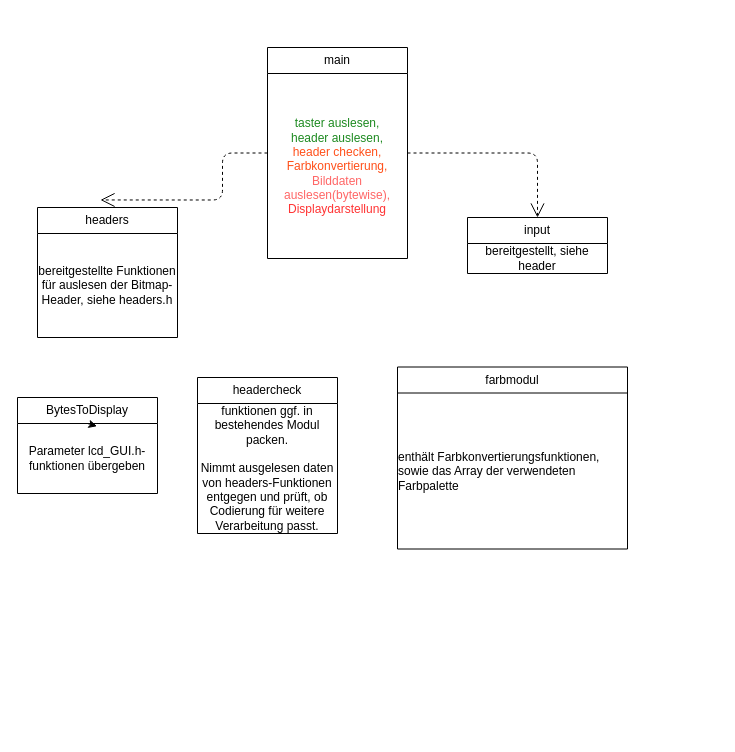
Before: Programs/BitmapDisplay/Modulkonzept.drawio in eljollo/ITS-BRD-VSC, a draw.io diagram. Source tidied: cells renumbered, new cells numbered last; positions are measured from the earlier drawing's top-left corner, leaving out a move shared by most shapes. Both pictures are drawn from the tidied source at 100%, with x=0, y=0 at pixel (17, 47).
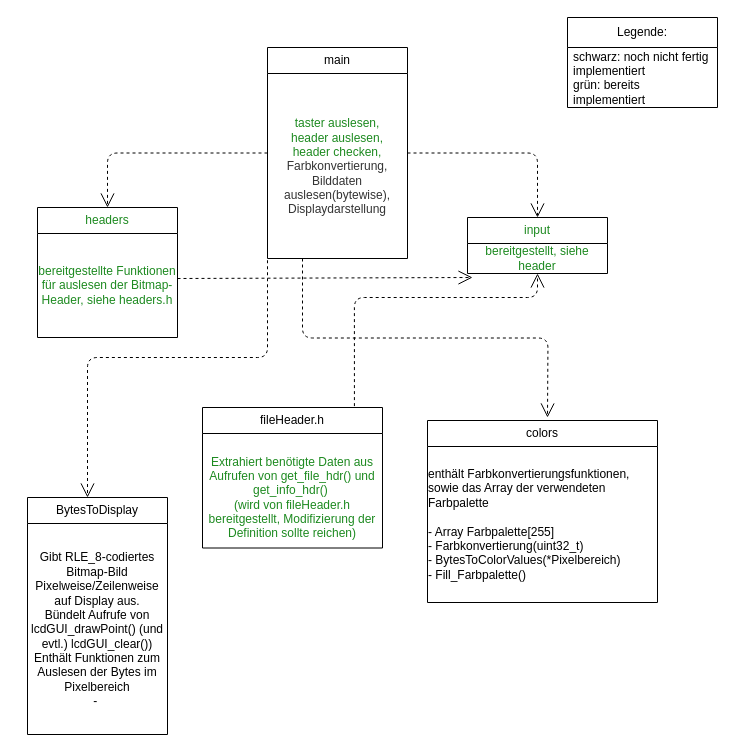
The same page after the edit.

Commit message (it also covers changes not shown here):
added module colors

Unchanged cells that the change refers to:
```xml
<mxCell id="2" value="main" style="swimlane;fontStyle=0;horizontal=1;startSize=26;fillColor=none;whiteSpace=wrap;html=1;" parent="1" vertex="1">
  <mxGeometry x="250" width="140" height="211" as="geometry" />
</mxCell>
```

The edit, as a diff of the source:
```diff
@@
-    <mxCell id="3" value="&lt;span style=&quot;color: rgb(29, 138, 32);&quot;&gt;taster auslesen,&lt;/span&gt;&lt;div&gt;&lt;span style=&quot;color: rgb(29, 138, 32);&quot;&gt;header auslesen,&lt;/span&gt;&lt;/div&gt;&lt;div&gt;&lt;span style=&quot;color: rgb(255, 79, 25);&quot;&gt;header checken,&lt;br&gt;Farbkonvertierung,&lt;/span&gt;&lt;/div&gt;&lt;div&gt;&lt;span style=&quot;color: rgb(255, 102, 102);&quot;&gt;Bilddaten auslesen(bytewise),&lt;/span&gt;&lt;/div&gt;&lt;div&gt;&lt;span style=&quot;color: rgb(255, 51, 51);&quot;&gt;Displaydarstellung&lt;/span&gt;&lt;/div&gt;" style="text;html=1;whiteSpace=wrap;strokeColor=none;fillColor=none;align=center;verticalAlign=middle;rounded=0;" parent="2" vertex="1">
+    <mxCell id="3" value="&lt;span style=&quot;color: rgb(29, 138, 32);&quot;&gt;taster auslesen,&lt;/span&gt;&lt;div&gt;&lt;span style=&quot;color: rgb(29, 138, 32);&quot;&gt;header auslesen,&lt;/span&gt;&lt;/div&gt;&lt;div&gt;&lt;span&gt;&lt;span style=&quot;color: rgb(29, 138, 32);&quot;&gt;header checken,&lt;/span&gt;&lt;br&gt;&lt;span style=&quot;color: light-dark(rgb(51, 51, 51), rgb(255, 112, 65));&quot;&gt;Farbkonvertierung,&lt;/span&gt;&lt;/span&gt;&lt;/div&gt;&lt;div&gt;&lt;span style=&quot;color: light-dark(rgb(51, 51, 51), rgb(255, 112, 65));&quot;&gt;Bilddaten auslesen(bytewise),&lt;/span&gt;&lt;/div&gt;&lt;div&gt;&lt;span style=&quot;color: light-dark(rgb(51, 51, 51), rgb(255, 112, 65));&quot;&gt;Displaydarstellung&lt;/span&gt;&lt;/div&gt;" style="text;html=1;whiteSpace=wrap;strokeColor=none;fillColor=none;align=center;verticalAlign=middle;rounded=0;" parent="2" vertex="1">
       <mxGeometry y="26" width="140" height="185" as="geometry" />
     </mxCell>
-    <mxCell id="4" value="input" style="swimlane;fontStyle=0;horizontal=1;startSize=26;fillColor=none;whiteSpace=wrap;html=1;" parent="1" vertex="1">
+    <mxCell id="4" value="input" style="swimlane;fontStyle=0;horizontal=1;startSize=26;fillColor=none;whiteSpace=wrap;html=1;fontColor=#1D8A20;" parent="1" vertex="1">
       <mxGeometry x="450" y="170" width="140" height="56" as="geometry" />
     </mxCell>
-    <mxCell id="5" value="bereitgestellt, siehe header" style="text;html=1;whiteSpace=wrap;strokeColor=none;fillColor=none;align=center;verticalAlign=middle;rounded=0;" parent="4" vertex="1">
+    <mxCell id="5" value="bereitgestellt, siehe header" style="text;html=1;whiteSpace=wrap;strokeColor=none;fillColor=none;align=center;verticalAlign=middle;rounded=0;fontColor=#1D8A20;" parent="4" vertex="1">
       <mxGeometry y="26" width="140" height="30" as="geometry" />
     </mxCell>
-    <mxCell id="6" value="headers" style="swimlane;fontStyle=0;horizontal=1;startSize=26;fillColor=none;whiteSpace=wrap;html=1;" parent="1" vertex="1">
+    <mxCell id="6" value="headers" style="swimlane;fontStyle=0;horizontal=1;startSize=26;fillColor=none;whiteSpace=wrap;html=1;fontColor=#1D8A20;" parent="1" vertex="1">
       <mxGeometry x="20" y="160" width="140" height="130" as="geometry" />
     </mxCell>
-    <mxCell id="7" value="bereitgestellte Funktionen für auslesen der Bitmap-Header, siehe headers.h" style="text;html=1;whiteSpace=wrap;strokeColor=none;fillColor=none;align=center;verticalAlign=middle;rounded=0;" parent="6" vertex="1">
+    <mxCell id="7" value="bereitgestellte Funktionen für auslesen der Bitmap-Header, siehe headers.h" style="text;html=1;whiteSpace=wrap;strokeColor=none;fillColor=none;align=center;verticalAlign=middle;rounded=0;fontColor=#1D8A20;" parent="6" vertex="1">
       <mxGeometry y="26" width="140" height="104" as="geometry" />
     </mxCell>
@@
-    <mxCell id="9" style="endArrow=open;endSize=12;dashed=1;html=1;edgeStyle=orthogonalEdgeStyle;entryX=0.45;entryY=-0.058;entryDx=0;entryDy=0;entryPerimeter=0;exitX=0;exitY=0.5;exitDx=0;exitDy=0;" parent="1" edge="1" source="2" target="6">
+    <mxCell id="9" style="endArrow=open;endSize=12;dashed=1;html=1;edgeStyle=orthogonalEdgeStyle;entryX=0.5;entryY=0;entryDx=0;entryDy=0;exitX=0;exitY=0.5;exitDx=0;exitDy=0;" parent="1" edge="1" source="2" target="6">
       <mxGeometry x="-0.16" relative="1" as="geometry" />
     </mxCell>
+    <mxCell id="17" style="endArrow=open;endSize=12;dashed=1;html=1;edgeStyle=orthogonalEdgeStyle;exitX=0.844;exitY=-0.01;exitDx=0;exitDy=0;exitPerimeter=0;" parent="1" edge="1" source="13" target="5">
+      <mxGeometry x="-0.24" relative="1" as="geometry">
+        <Array as="points">
+          <mxPoint x="336.9" y="250" />
+        </Array>
+      </mxGeometry>
+    </mxCell>
+    <mxCell id="18" style="endArrow=open;endSize=12;dashed=1;html=1;entryX=0;entryY=0.75;entryDx=0;entryDy=0;" parent="1" edge="1">
+      <mxGeometry relative="1" as="geometry">
+        <mxPoint x="160" y="231" as="sourcePoint" />
+        <mxPoint x="455" y="230" as="targetPoint" />
+      </mxGeometry>
+    </mxCell>
+    <mxCell id="19" style="endArrow=open;endSize=12;dashed=1;html=1;edgeStyle=orthogonalEdgeStyle;exitX=0;exitY=0.75;exitDx=0;exitDy=0;" parent="1" edge="1" source="3" target="10">
+      <mxGeometry x="0.42" relative="1" as="geometry">
+        <Array as="points">
+          <mxPoint x="250" y="310" />
+          <mxPoint x="70" y="310" />
+        </Array>
+      </mxGeometry>
+    </mxCell>
+    <mxCell id="20" style="endArrow=open;endSize=12;dashed=1;html=1;edgeStyle=orthogonalEdgeStyle;exitX=0.25;exitY=1;exitDx=0;exitDy=0;" parent="1" edge="1" source="3">
+      <mxGeometry x="0.09" relative="1" as="geometry">
+        <mxPoint x="530" y="370" as="targetPoint" />
+      </mxGeometry>
+    </mxCell>
     <mxCell id="10" value="BytesToDisplay" style="swimlane;fontStyle=0;horizontal=1;startSize=26;fillColor=none;whiteSpace=wrap;html=1;" parent="1" vertex="1">
-      <mxGeometry y="350" width="140" height="96" as="geometry" />
+      <mxGeometry x="10" y="450" width="140" height="237" as="geometry" />
     </mxCell>
-    <mxCell id="11" value="Parameter lcd_GUI.h-funktionen übergeben" style="text;html=1;whiteSpace=wrap;strokeColor=none;fillColor=none;align=center;verticalAlign=middle;rounded=0;" parent="10" vertex="1">
-      <mxGeometry y="26" width="140" height="70" as="geometry" />
-    </mxCell>
-    <mxCell id="12" style="edgeStyle=orthogonalEdgeStyle;html=1;innerLoopWaypoints=1;exitX=0.5;exitY=0;exitDx=0;exitDy=0;entryX=0.568;entryY=0.039;entryDx=0;entryDy=0;entryPerimeter=0;" parent="10" edge="1" source="11" target="11">
-      <mxGeometry relative="1" as="geometry" />
-    </mxCell>
+    <mxCell id="21" value="Gibt RLE_8-codiertes Bitmap-Bild Pixelweise/Zeilenweise auf Display aus.&lt;div&gt;Bündelt Aufrufe von lcdGUI_drawPoint() (und evtl.) lcdGUI_clear())&lt;/div&gt;&lt;div&gt;Enthält Funktionen zum Auslesen der Bytes im Pixelbereich&lt;/div&gt;&lt;div&gt;-&amp;nbsp;&lt;/div&gt;" style="text;html=1;whiteSpace=wrap;strokeColor=none;fillColor=none;align=center;verticalAlign=middle;rounded=0;" parent="10" vertex="1">
+      <mxGeometry y="26" width="140" height="211" as="geometry" />
+    </mxCell>
-    <mxCell id="13" value="headercheck" style="swimlane;fontStyle=0;horizontal=1;startSize=26;fillColor=none;whiteSpace=wrap;html=1;" parent="1" vertex="1">
-      <mxGeometry x="180" y="330" width="140" height="156" as="geometry" />
+    <mxCell id="13" value="fileHeader.h" style="swimlane;fontStyle=0;horizontal=1;startSize=26;fillColor=none;whiteSpace=wrap;html=1;" parent="1" vertex="1">
+      <mxGeometry x="185" y="360" width="180" height="140.5" as="geometry" />
     </mxCell>
-    <mxCell id="14" value="funktionen ggf. in bestehendes Modul packen.&lt;br&gt;&lt;br&gt;Nimmt ausgelesen daten von headers-Funktionen entgegen und prüft, ob Codierung für weitere Verarbeitung passt." style="text;html=1;whiteSpace=wrap;strokeColor=none;fillColor=none;align=center;verticalAlign=middle;rounded=0;" parent="13" vertex="1">
-      <mxGeometry y="26" width="140" height="130" as="geometry" />
+    <mxCell id="14" value="&lt;br&gt;Extrahiert benötigte Daten aus Aufrufen von get_file_hdr() und get_info_hdr()&amp;nbsp;&lt;br&gt;(wird von fileHeader.h bereitgestellt, Modifizierung der Definition sollte reichen)" style="text;html=1;whiteSpace=wrap;strokeColor=none;fillColor=none;align=center;verticalAlign=middle;rounded=0;fontColor=#1D8A20;" parent="13" vertex="1">
+      <mxGeometry y="26" width="180" height="114.5" as="geometry" />
     </mxCell>
-    <mxCell id="15" value="farbmodul" style="swimlane;fontStyle=0;horizontal=1;startSize=26;fillColor=none;whiteSpace=wrap;html=1;" parent="1" vertex="1">
-      <mxGeometry x="380" y="319.5" width="230" height="182" as="geometry" />
+    <mxCell id="15" value="colors" style="swimlane;fontStyle=0;horizontal=1;startSize=26;fillColor=none;whiteSpace=wrap;html=1;" parent="1" vertex="1">
+      <mxGeometry x="410" y="373" width="230" height="182" as="geometry" />
     </mxCell>
-    <mxCell id="16" value="&lt;div style=&quot;text-align: left;&quot;&gt;&lt;span style=&quot;background-color: transparent;&quot;&gt;enthält Farbkonvertierungsfunktionen, sowie das Array der verwendeten Farbpalette&lt;/span&gt;&lt;/div&gt;" style="text;html=1;whiteSpace=wrap;strokeColor=none;fillColor=none;align=center;verticalAlign=middle;rounded=0;" parent="15" vertex="1">
+    <mxCell id="16" value="&lt;div style=&quot;text-align: left;&quot;&gt;&lt;span style=&quot;background-color: transparent;&quot;&gt;enthält Farbkonvertierungsfunktionen, sowie das Array der verwendeten Farbpalette&lt;br&gt;&lt;br&gt;- Array Farbpalette[255]&lt;/span&gt;&lt;/div&gt;&lt;div style=&quot;text-align: left;&quot;&gt;&lt;span style=&quot;background-color: transparent;&quot;&gt;- Farbkonvertierung(uint32_t)&lt;/span&gt;&lt;/div&gt;&lt;div style=&quot;text-align: left;&quot;&gt;&lt;span style=&quot;background-color: transparent;&quot;&gt;- BytesToColorValues(*Pixelbereich)&lt;/span&gt;&lt;/div&gt;&lt;div style=&quot;text-align: left;&quot;&gt;&lt;span style=&quot;background-color: transparent;&quot;&gt;- Fill_Farbpalette()&lt;/span&gt;&lt;/div&gt;" style="text;html=1;whiteSpace=wrap;strokeColor=none;fillColor=none;align=center;verticalAlign=middle;rounded=0;" parent="15" vertex="1">
       <mxGeometry y="26" width="230" height="156" as="geometry" />
     </mxCell>
+    <mxCell id="22" value="Legende:" style="swimlane;fontStyle=0;horizontal=1;startSize=30;whiteSpace=wrap;html=1;" parent="1" vertex="1">
+      <mxGeometry x="550" y="-30" width="150" height="90" as="geometry" />
+    </mxCell>
+    <mxCell id="23" value="schwarz: noch nicht fertig implementiert&lt;br&gt;&lt;div&gt;grün: bereits implementiert&lt;/div&gt;" style="text;strokeColor=none;fillColor=none;align=left;verticalAlign=middle;spacingLeft=4;spacingRight=4;overflow=hidden;whiteSpace=wrap;html=1;" parent="22" vertex="1">
+      <mxGeometry y="30" width="150" height="60" as="geometry" />
+    </mxCell>
```
